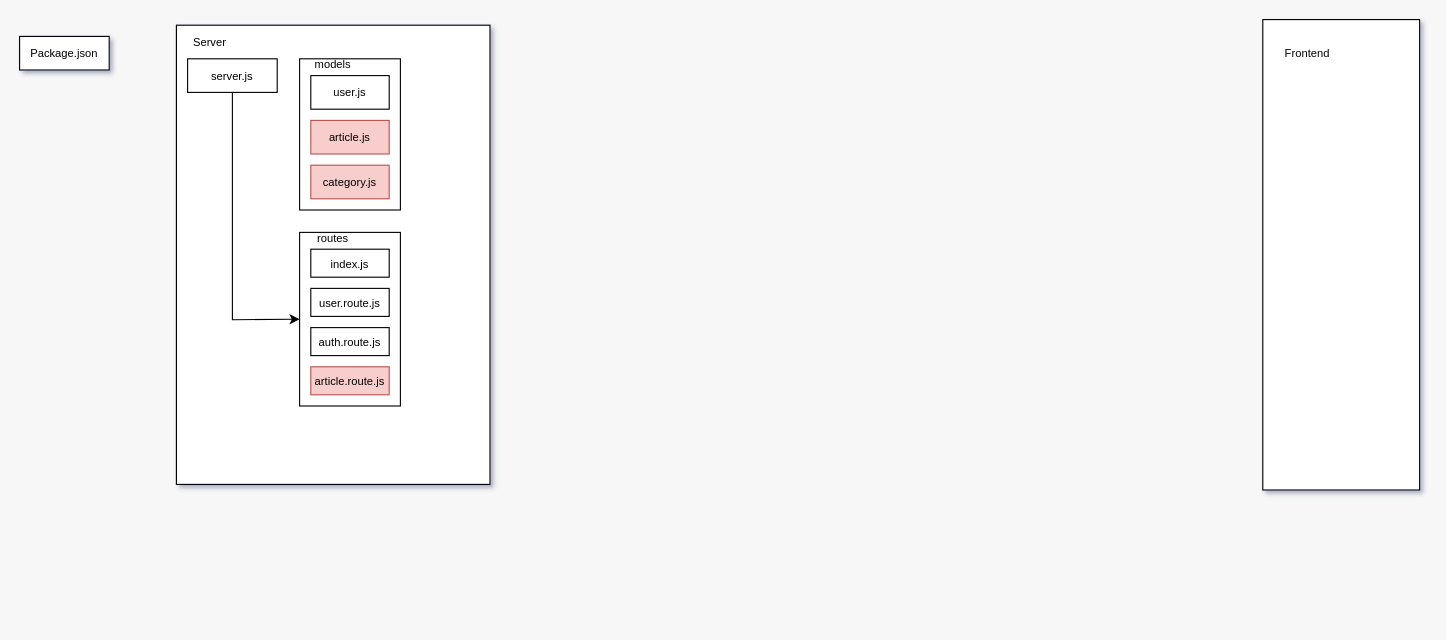
Above: Diagram.drawio in daniel-tsonkov/React-Practice-Project (draw.io), before the change. Source tidied: cells renumbered, new cells numbered last; positions are measured from the earlier drawing's top-left corner, leaving out a move shared by most shapes. Both pictures are drawn from the tidied source at 112%, with x=0, y=0 at pixel (19, 19).
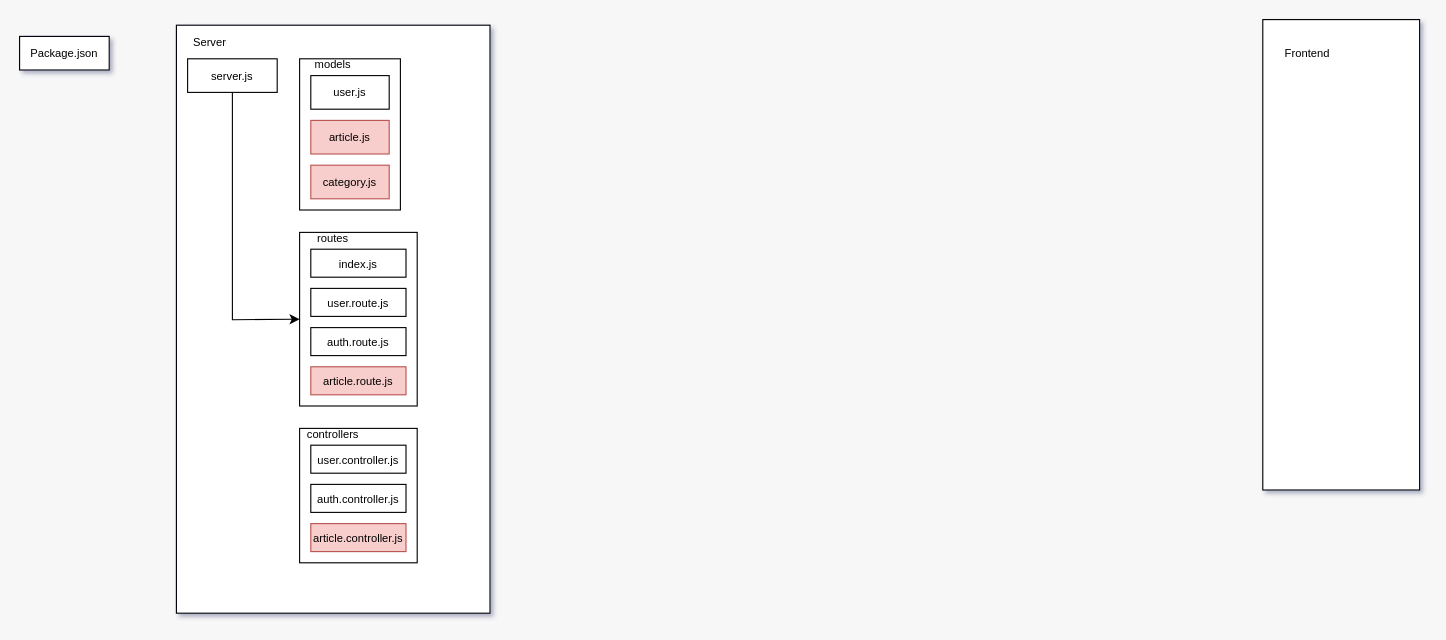
The same diagram, later.

Change to the diagram source:
```diff
@@
     <mxCell id="3" style="rounded=0;whiteSpace=wrap;html=1;fontSize=10;" parent="1" vertex="1">
-      <mxGeometry x="140" y="5" width="280" height="410" as="geometry" />
+      <mxGeometry x="140" y="5" width="280" height="525" as="geometry" />
     </mxCell>
@@
     <mxCell id="13" style="rounded=0;whiteSpace=wrap;html=1;fontSize=10;" parent="1" vertex="1">
-      <mxGeometry x="250" y="190" width="90" height="155" as="geometry" />
+      <mxGeometry x="250" y="190" width="105" height="155" as="geometry" />
     </mxCell>
@@
     <mxCell id="15" value="index.js" style="rounded=0;whiteSpace=wrap;html=1;fontSize=10;" parent="1" vertex="1">
-      <mxGeometry x="260" y="205" width="70" height="25" as="geometry" />
+      <mxGeometry x="260" y="205" width="85" height="25" as="geometry" />
     </mxCell>
     <mxCell id="16" value="user.route.js" style="rounded=0;whiteSpace=wrap;html=1;fontSize=10;" parent="1" vertex="1">
-      <mxGeometry x="260" y="240" width="70" height="25" as="geometry" />
+      <mxGeometry x="260" y="240" width="85" height="25" as="geometry" />
     </mxCell>
     <mxCell id="17" value="auth.route.js" style="rounded=0;whiteSpace=wrap;html=1;fontSize=10;" parent="1" vertex="1">
-      <mxGeometry x="260" y="275" width="70" height="25" as="geometry" />
+      <mxGeometry x="260" y="275" width="85" height="25" as="geometry" />
     </mxCell>
     <mxCell id="18" value="&lt;font style=&quot;font-size: 10px;&quot;&gt;article.route.js&lt;/font&gt;" style="rounded=0;whiteSpace=wrap;html=1;fillColor=#f8cecc;strokeColor=#b85450;" parent="1" vertex="1">
-      <mxGeometry x="260" y="310" width="70" height="25" as="geometry" />
+      <mxGeometry x="260" y="310" width="85" height="25" as="geometry" />
     </mxCell>
@@
+    <mxCell id="20" style="rounded=0;whiteSpace=wrap;html=1;fontSize=10;" parent="1" vertex="1">
+      <mxGeometry x="250" y="365" width="105" height="120" as="geometry" />
+    </mxCell>
+    <mxCell id="21" value="&lt;font&gt;controllers&lt;/font&gt;" style="text;html=1;align=center;verticalAlign=middle;whiteSpace=wrap;rounded=0;fontSize=10;" parent="1" vertex="1">
+      <mxGeometry x="250" y="355" width="60" height="30" as="geometry" />
+    </mxCell>
+    <mxCell id="22" value="user.controller.js" style="rounded=0;whiteSpace=wrap;html=1;fontSize=10;" parent="1" vertex="1">
+      <mxGeometry x="260" y="380" width="85" height="25" as="geometry" />
+    </mxCell>
+    <mxCell id="23" value="auth.controller.js" style="rounded=0;whiteSpace=wrap;html=1;fontSize=10;" parent="1" vertex="1">
+      <mxGeometry x="260" y="415" width="85" height="25" as="geometry" />
+    </mxCell>
+    <mxCell id="24" value="&lt;font style=&quot;font-size: 10px;&quot;&gt;article.controller.js&lt;/font&gt;" style="rounded=0;whiteSpace=wrap;html=1;fillColor=#f8cecc;strokeColor=#b85450;" parent="1" vertex="1">
+      <mxGeometry x="260" y="450" width="85" height="25" as="geometry" />
+    </mxCell>
```
